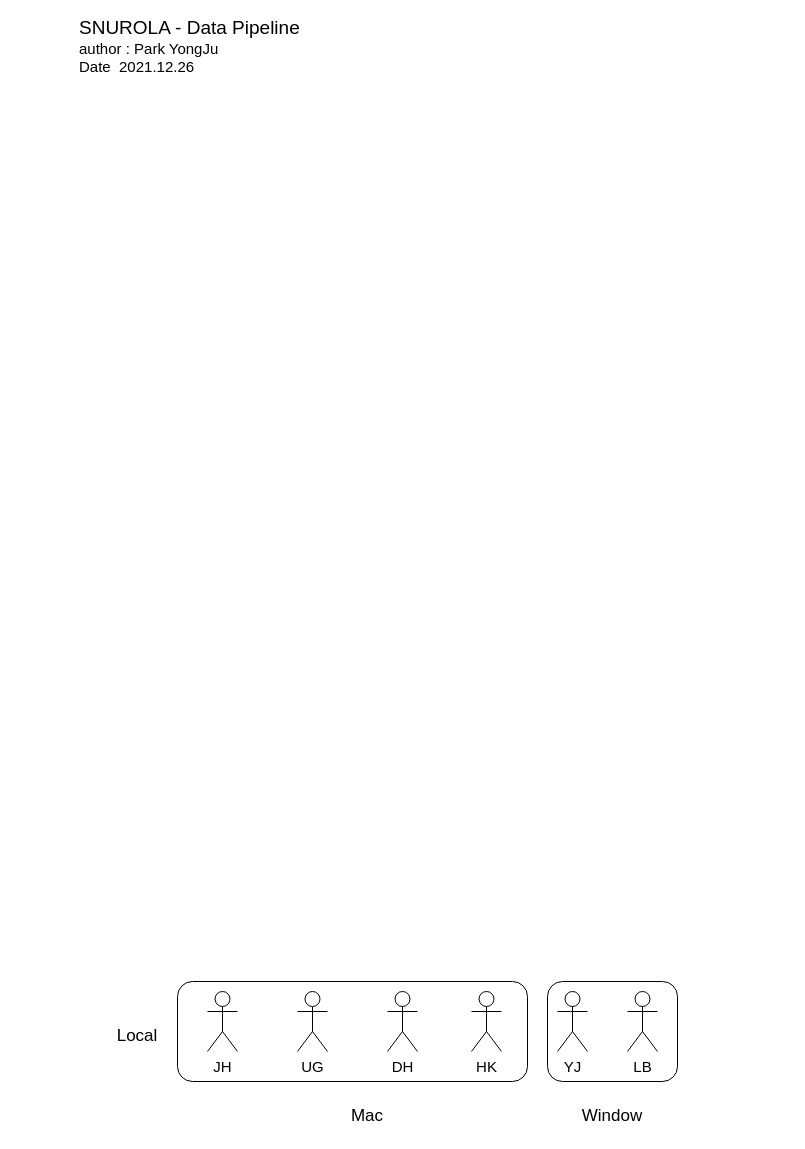
tomatozoo/DataStructure_2021_winter keeps this draw.io diagram as Untitled Diagram.drawio. Above is the earlier version. Source tidied: cells renumbered, new cells numbered last; positions are measured from the earlier drawing's top-left corner, leaving out a move shared by most shapes. Both pictures are drawn from the tidied source at 100%, with x=0, y=0 at pixel (77, 31).
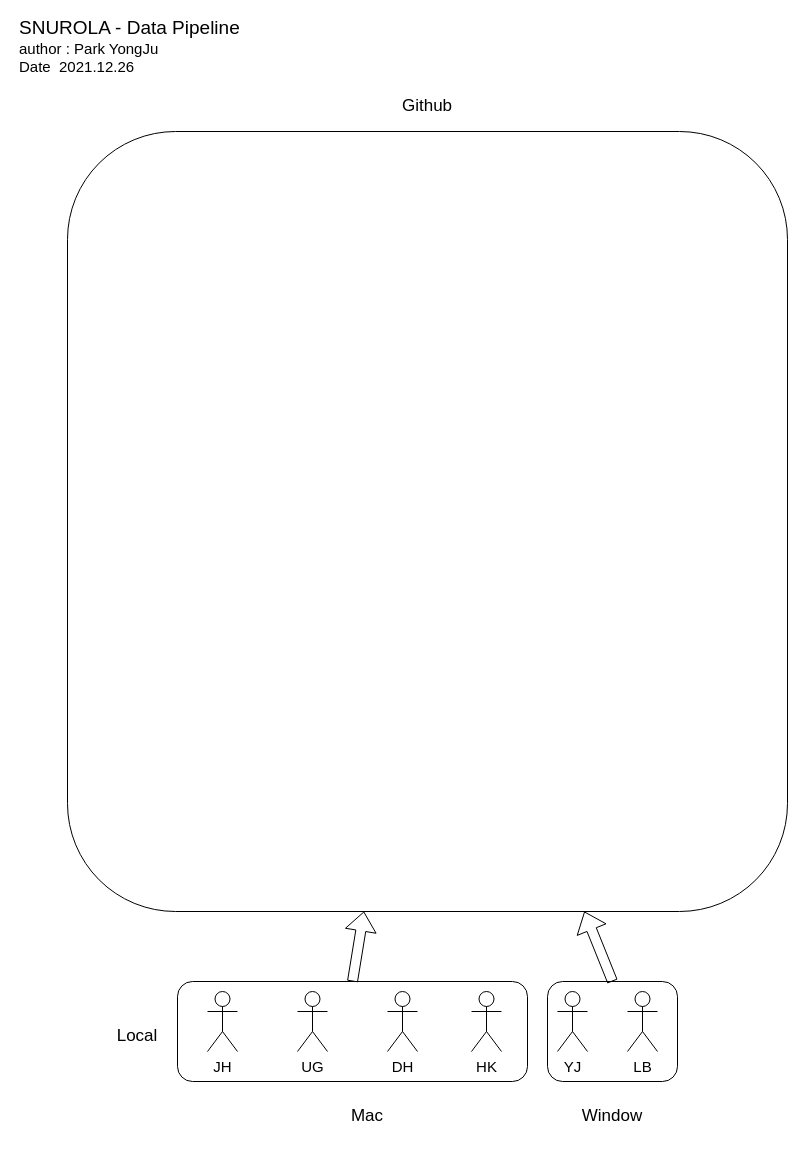
After the change.

The edit, as a diff of the source:
```diff
@@
 <mxGraphModel>
   <root>
     <mxCell id="0" />
     <mxCell id="1" parent="0" />
     <mxCell id="2" value="&lt;font style=&quot;font-size: 19px&quot;&gt;SNUROLA - Data Pipeline&lt;br&gt;&lt;/font&gt;&lt;font style=&quot;font-size: 15px&quot;&gt;author : Park YongJu&lt;br&gt;Date&amp;nbsp; 2021.12.26&lt;/font&gt;" style="text;html=1;strokeColor=none;fillColor=none;align=left;verticalAlign=middle;whiteSpace=wrap;rounded=0;" parent="1" vertex="1">
-      <mxGeometry width="230" height="30" as="geometry" />
+      <mxGeometry x="-60" width="230" height="30" as="geometry" />
     </mxCell>
     <mxCell id="3" value="JH" style="shape=umlActor;verticalLabelPosition=bottom;verticalAlign=top;html=1;fontSize=15;" parent="1" vertex="1">
       <mxGeometry x="130" y="960" width="30" height="60" as="geometry" />
     </mxCell>
     <mxCell id="4" value="&lt;font style=&quot;font-size: 17px&quot;&gt;Local&lt;/font&gt;" style="text;html=1;strokeColor=none;fillColor=none;align=center;verticalAlign=middle;whiteSpace=wrap;rounded=0;fontSize=15;" parent="1" vertex="1">
       <mxGeometry x="30" y="990" width="60" height="30" as="geometry" />
     </mxCell>
     <mxCell id="5" value="UG" style="shape=umlActor;verticalLabelPosition=bottom;verticalAlign=top;html=1;fontSize=15;" parent="1" vertex="1">
       <mxGeometry x="220" y="960" width="30" height="60" as="geometry" />
     </mxCell>
     <mxCell id="6" value="DH" style="shape=umlActor;verticalLabelPosition=bottom;verticalAlign=top;html=1;fontSize=15;" parent="1" vertex="1">
       <mxGeometry x="310" y="960" width="30" height="60" as="geometry" />
     </mxCell>
     <mxCell id="7" value="LB" style="shape=umlActor;verticalLabelPosition=bottom;verticalAlign=top;html=1;fontSize=15;" parent="1" vertex="1">
       <mxGeometry x="550" y="960" width="30" height="60" as="geometry" />
     </mxCell>
     <mxCell id="8" value="HK" style="shape=umlActor;verticalLabelPosition=bottom;verticalAlign=top;html=1;fontSize=15;" parent="1" vertex="1">
       <mxGeometry x="394" y="960" width="30" height="60" as="geometry" />
     </mxCell>
     <mxCell id="9" value="YJ" style="shape=umlActor;verticalLabelPosition=bottom;verticalAlign=top;html=1;fontSize=15;" parent="1" vertex="1">
       <mxGeometry x="480" y="960" width="30" height="60" as="geometry" />
     </mxCell>
     <mxCell id="10" style="rounded=1;whiteSpace=wrap;html=1;fontSize=17;fillColor=none;" parent="1" vertex="1">
       <mxGeometry x="100" y="950" width="350" height="100" as="geometry" />
     </mxCell>
     <mxCell id="11" style="rounded=1;whiteSpace=wrap;html=1;fontSize=17;fillColor=none;" parent="1" vertex="1">
       <mxGeometry x="470" y="950" width="130" height="100" as="geometry" />
     </mxCell>
     <mxCell id="12" value="&lt;font style=&quot;font-size: 17px&quot;&gt;Mac&lt;/font&gt;" style="text;html=1;strokeColor=none;fillColor=none;align=center;verticalAlign=middle;whiteSpace=wrap;rounded=0;fontSize=15;" parent="1" vertex="1">
       <mxGeometry x="260" y="1070" width="60" height="30" as="geometry" />
     </mxCell>
     <mxCell id="13" value="&lt;font style=&quot;font-size: 17px&quot;&gt;Window&lt;/font&gt;" style="text;html=1;strokeColor=none;fillColor=none;align=center;verticalAlign=middle;whiteSpace=wrap;rounded=0;fontSize=15;" parent="1" vertex="1">
       <mxGeometry x="505" y="1070" width="60" height="30" as="geometry" />
     </mxCell>
+    <mxCell id="14" style="rounded=1;whiteSpace=wrap;html=1;fontSize=17;fillColor=none;" parent="1" vertex="1">
+      <mxGeometry x="-10" y="100" width="720" height="780" as="geometry" />
+    </mxCell>
+    <mxCell id="15" style="shape=flexArrow;endArrow=classic;html=1;rounded=0;fontSize=17;exitX=0.5;exitY=0;exitDx=0;exitDy=0;" parent="1" edge="1" source="10" target="14">
+      <mxGeometry relative="1" as="geometry" />
+    </mxCell>
+    <mxCell id="16" style="shape=flexArrow;endArrow=classic;html=1;rounded=0;fontSize=17;exitX=0.5;exitY=0;exitDx=0;exitDy=0;" parent="1" edge="1" source="11" target="14">
+      <mxGeometry relative="1" as="geometry" />
+    </mxCell>
+    <mxCell id="17" value="&lt;span style=&quot;font-size: 17px&quot;&gt;Github&lt;br&gt;&lt;br&gt;&lt;/span&gt;" style="text;html=1;strokeColor=none;fillColor=none;align=center;verticalAlign=middle;whiteSpace=wrap;rounded=0;fontSize=15;" parent="1" vertex="1">
+      <mxGeometry x="320" y="70" width="60" height="30" as="geometry" />
+    </mxCell>
   </root>
 </mxGraphModel>
```
